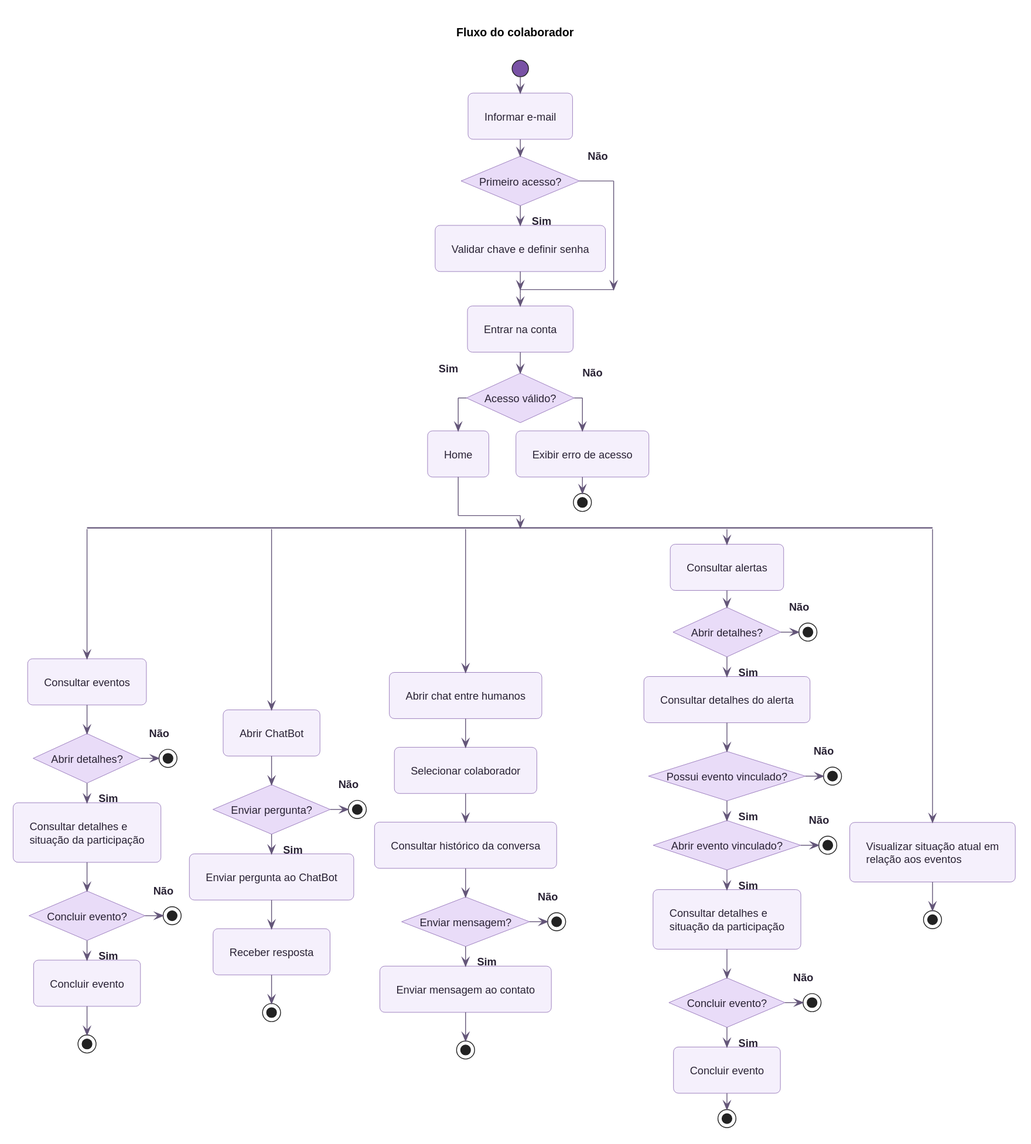
Above: diagrams/rendered/fluxo_colaborador.svg in Astro-Inter/astro-eqs-diagrams (PlantUML), before the change.
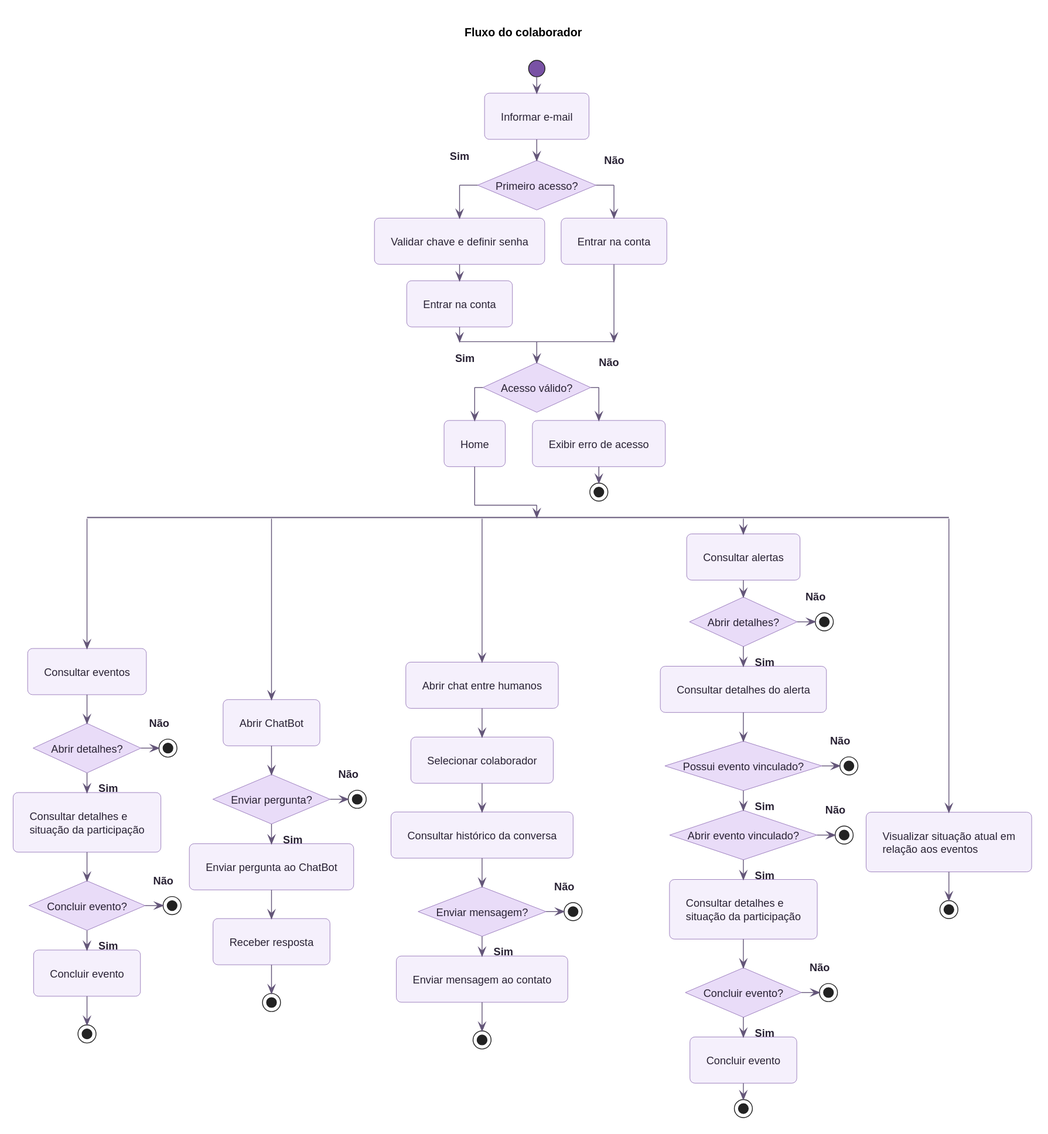
Above is the later version.

What changed in the source:
```diff
@@ -11,10 +11,10 @@
 
 if (Primeiro acesso?) then (Sim)
   :Validar chave e definir senha;
+  :Entrar na conta;
 else (Não)
+  :Entrar na conta;
 endif
-
-:Entrar na conta;
 
 if (Acesso válido?) then (Sim)
   :Home;
```
